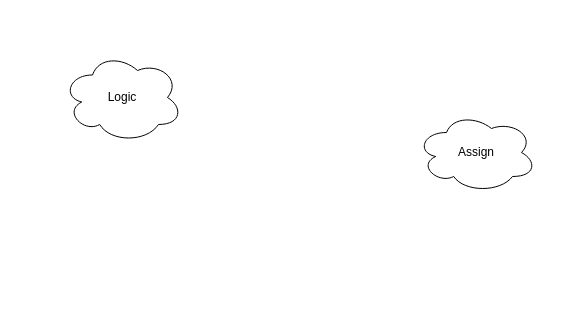
Earlier version of the draw.io diagram Untitled Diagram.drawio (datdonguyen99/demoGit). Source tidied: cells renumbered, new cells numbered last; positions are measured from the earlier drawing's top-left corner, leaving out a move shared by most shapes. Both pictures are drawn from the tidied source at 100%, with x=0, y=0 at pixel (62, 52).
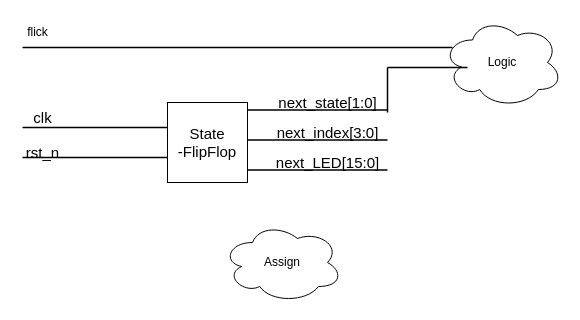
After the change.

What changed in the source:
```diff
@@
 <mxGraphModel>
   <root>
     <mxCell id="0" />
     <mxCell id="1" parent="0" />
     <mxCell id="2" value="Logic&lt;br&gt;" style="ellipse;shape=cloud;whiteSpace=wrap;html=1;" parent="1" vertex="1">
-      <mxGeometry width="120" height="90" as="geometry" />
+      <mxGeometry x="380" y="-35" width="120" height="90" as="geometry" />
     </mxCell>
     <mxCell id="3" value="Assign" style="ellipse;shape=cloud;whiteSpace=wrap;html=1;" parent="1" vertex="1">
-      <mxGeometry x="354" y="60" width="120" height="80" as="geometry" />
+      <mxGeometry x="160" y="170" width="120" height="80" as="geometry" />
     </mxCell>
+    <mxCell id="4" value="&lt;font style=&quot;font-size: 15px&quot;&gt;State&lt;br&gt;-FlipFlop&lt;/font&gt;" style="whiteSpace=wrap;html=1;" parent="1" vertex="1">
+      <mxGeometry x="105" y="50" width="80" height="80" as="geometry" />
+    </mxCell>
+    <mxCell id="5" style="line;strokeWidth=1.5;html=1;" parent="1" vertex="1">
+      <mxGeometry x="-40" y="-10" width="430" height="10" as="geometry" />
+    </mxCell>
+    <mxCell id="6" style="line;strokeWidth=1.5;html=1;" parent="1" vertex="1">
+      <mxGeometry x="185" y="50" width="140" height="15" as="geometry" />
+    </mxCell>
+    <mxCell id="7" value="flick&lt;br&gt;" style="text;html=1;align=center;verticalAlign=middle;strokeColor=none;" parent="1" vertex="1">
+      <mxGeometry x="-45" y="-30" width="40" height="20" as="geometry" />
+    </mxCell>
+    <mxCell id="8" value="&lt;font style=&quot;font-size: 15px&quot;&gt;rst_n&lt;/font&gt;" style="text;html=1;align=center;verticalAlign=middle;strokeColor=none;" parent="1" vertex="1">
+      <mxGeometry x="-45" y="90" width="50" height="20" as="geometry" />
+    </mxCell>
+    <mxCell id="9" style="line;strokeWidth=1.5;html=1;" parent="1" vertex="1">
+      <mxGeometry x="-40" y="100" width="145" height="10" as="geometry" />
+    </mxCell>
+    <mxCell id="10" value="&lt;font style=&quot;font-size: 15px&quot;&gt;clk&lt;/font&gt;" style="text;html=1;align=center;verticalAlign=middle;strokeColor=none;" parent="1" vertex="1">
+      <mxGeometry x="-35" y="55" width="30" height="20" as="geometry" />
+    </mxCell>
+    <mxCell id="11" style="line;strokeWidth=1.5;html=1;" parent="1" vertex="1">
+      <mxGeometry x="-40" y="70" width="145" height="10" as="geometry" />
+    </mxCell>
+    <mxCell id="12" value="&lt;font style=&quot;font-size: 15px&quot;&gt;next_state[1:0]&lt;/font&gt;" style="text;html=1;align=center;verticalAlign=middle;strokeColor=none;" parent="1" vertex="1">
+      <mxGeometry x="210" y="40" width="110" height="20" as="geometry" />
+    </mxCell>
+    <mxCell id="13" style="line;strokeWidth=1.5;html=1;" parent="1" vertex="1">
+      <mxGeometry x="185" y="80" width="140" height="15" as="geometry" />
+    </mxCell>
+    <mxCell id="14" value="&lt;font style=&quot;font-size: 15px&quot;&gt;next_index[3:0]&lt;/font&gt;" style="text;html=1;align=center;verticalAlign=middle;strokeColor=none;" parent="1" vertex="1">
+      <mxGeometry x="205" y="70" width="120" height="20" as="geometry" />
+    </mxCell>
+    <mxCell id="15" style="line;strokeWidth=1.5;html=1;" parent="1" vertex="1">
+      <mxGeometry x="185" y="110" width="140" height="15" as="geometry" />
+    </mxCell>
+    <mxCell id="16" value="&lt;font style=&quot;font-size: 15px&quot;&gt;next_LED[15:0]&lt;/font&gt;" style="text;html=1;align=center;verticalAlign=middle;strokeColor=none;" parent="1" vertex="1">
+      <mxGeometry x="205" y="100" width="120" height="20" as="geometry" />
+    </mxCell>
+    <mxCell id="17" style="line;strokeWidth=1.5;direction=south;html=1;perimeter=backbonePerimeter;gradientColor=none;" parent="1" vertex="1">
+      <mxGeometry x="320" y="15" width="10" height="45" as="geometry" />
+    </mxCell>
+    <mxCell id="18" style="line;strokeWidth=1.5;html=1;gradientColor=none;" parent="1" vertex="1">
+      <mxGeometry x="325" y="10" width="80" height="10" as="geometry" />
+    </mxCell>
   </root>
 </mxGraphModel>
```
